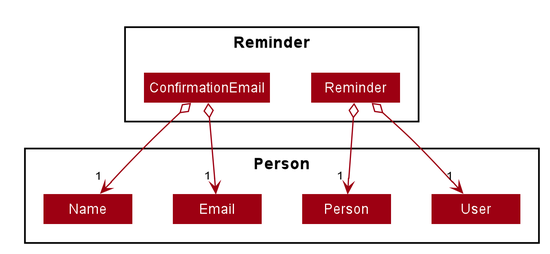
The PlantUML diagram docs/images/ModelReminderClassDiagram.png in syinyichen/main, before a commit.
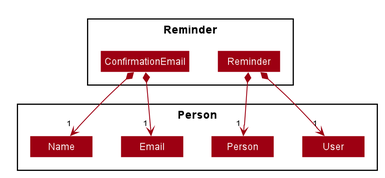
After the commit.

What changed in the source:
```diff
@@ -68,9 +68,9 @@
 Class Name
 }
 
-Reminder o--> "1" User
-Reminder o--> "1" Person
-ConfirmationEmail o--> "1" Name
-ConfirmationEmail o--> "1" Email
+Reminder *--> "1" User
+Reminder *--> "1" Person
+ConfirmationEmail *--> "1" Name
+ConfirmationEmail *--> "1" Email
 
 @enduml
```
